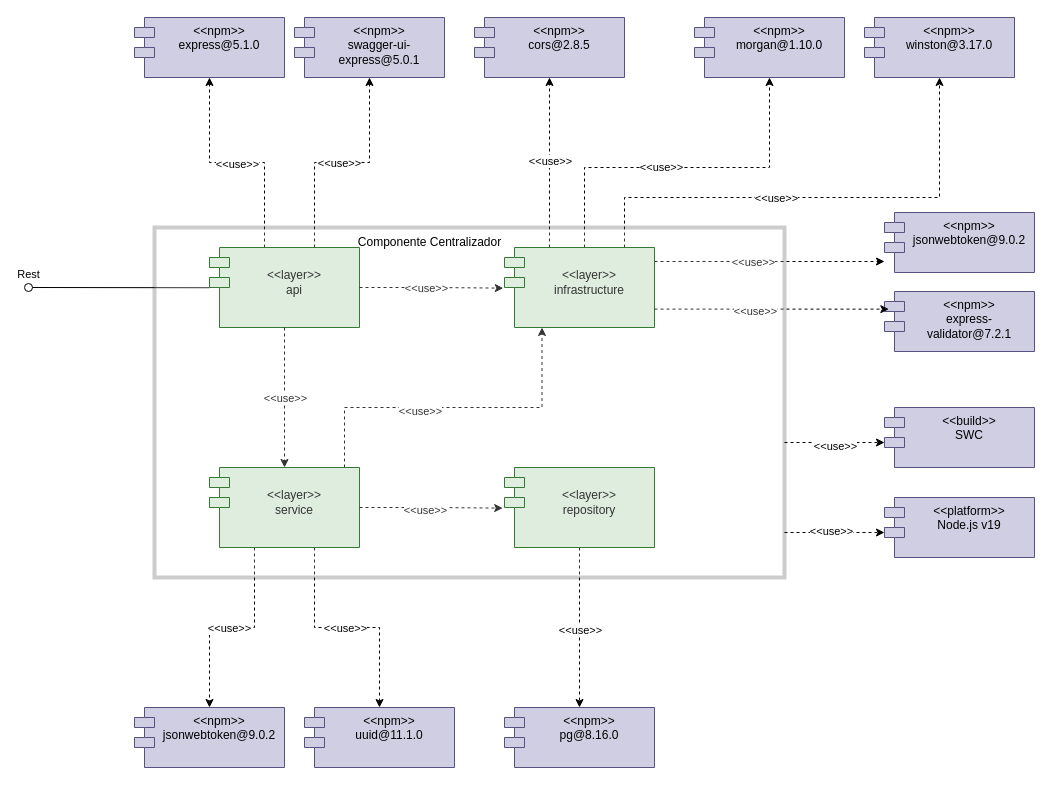
This is Archivos/Diagrama de Componentes.drawio from federico1605/Documentacion_Cognicare, a draw.io file, before an edit. Source tidied: cells renumbered, new cells numbered last; positions are measured from the earlier drawing's top-left corner, leaving out a move shared by most shapes. Both pictures are drawn from the tidied source at 100%, with x=0, y=0 at pixel (24, 17).
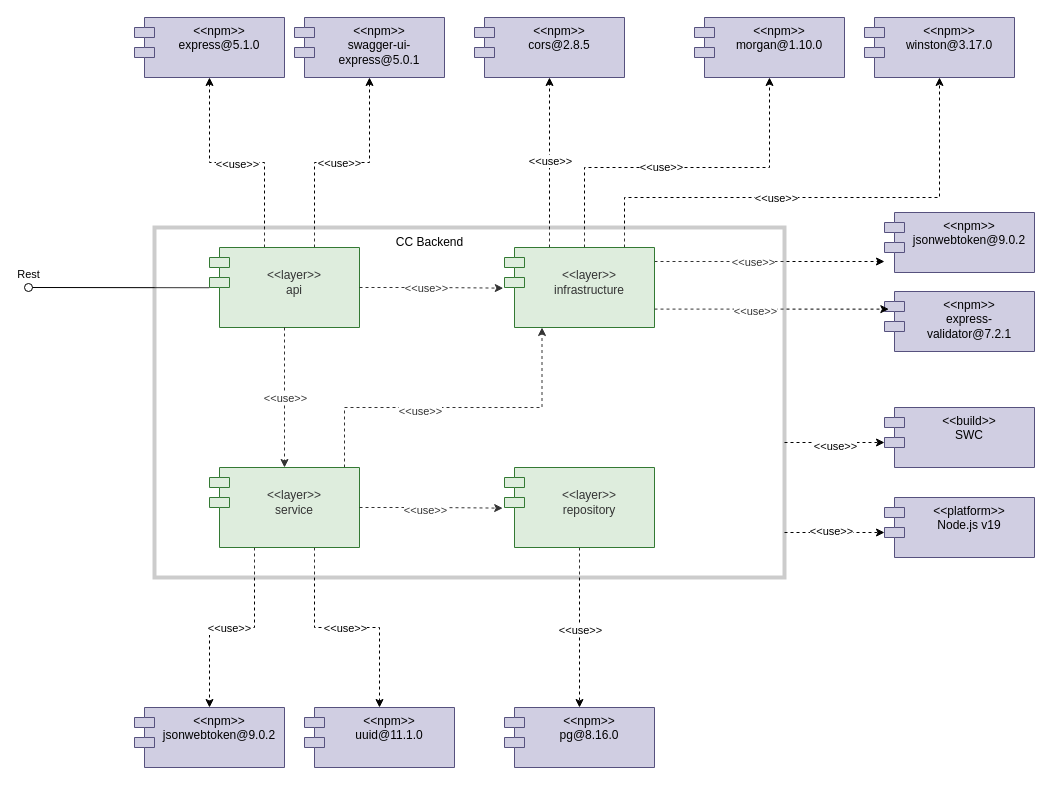
The same page after the edit.

Change to the diagram source:
```diff
@@
-    <mxCell id="50" value="Componente Centralizador" style="text;html=1;align=center;verticalAlign=middle;strokeColor=none;fillColor=none;" parent="1" vertex="1">
-      <mxGeometry x="320" y="210" width="170" height="30" as="geometry" />
+    <mxCell id="50" value="CC Backend" style="text;html=1;align=center;verticalAlign=middle;strokeColor=none;fillColor=none;" parent="1" vertex="1">
+      <mxGeometry x="360" y="210" width="90" height="30" as="geometry" />
     </mxCell>
```
